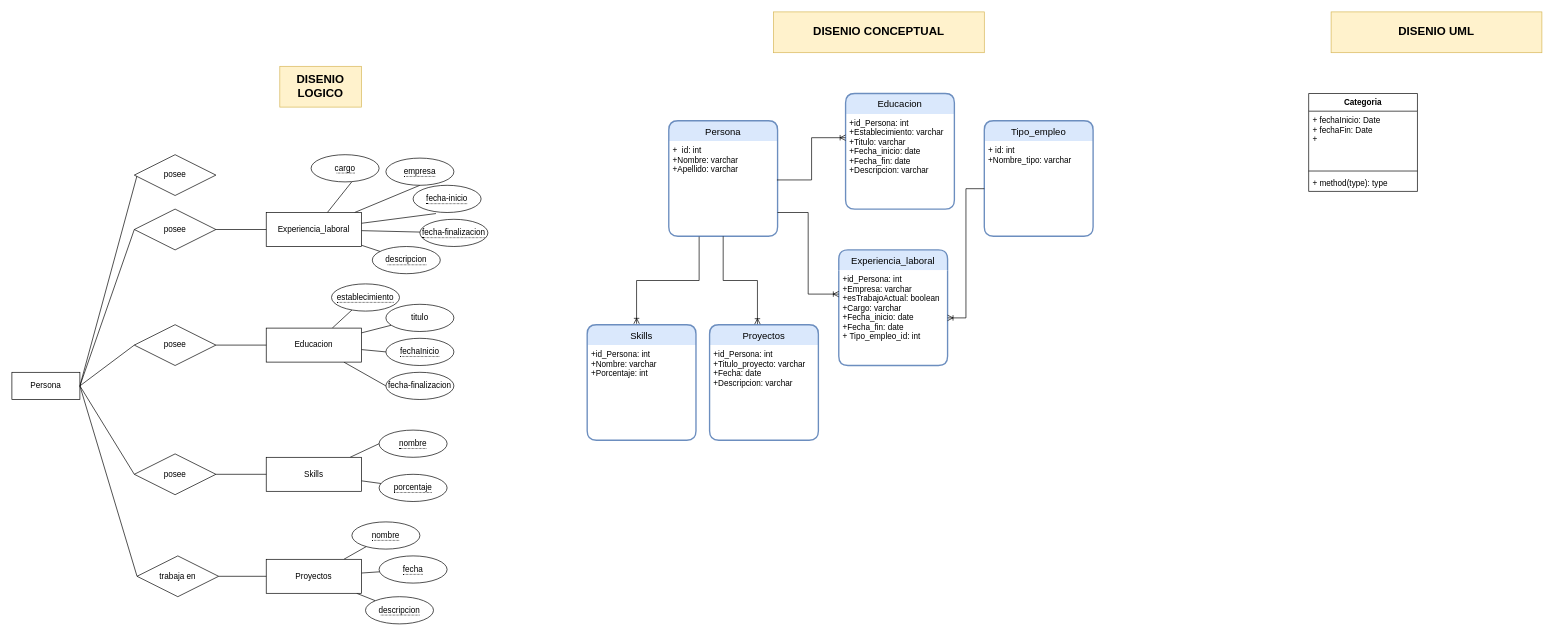
Earlier version of the draw.io diagram database/DERv2.drawio (pablovede/portfolioArgPrograma). Source tidied: cells renumbered, new cells numbered last; positions are measured from the earlier drawing's top-left corner, leaving out a move shared by most shapes. Both pictures are drawn from the tidied source at 68%, with x=0, y=0 at pixel (12, 12).
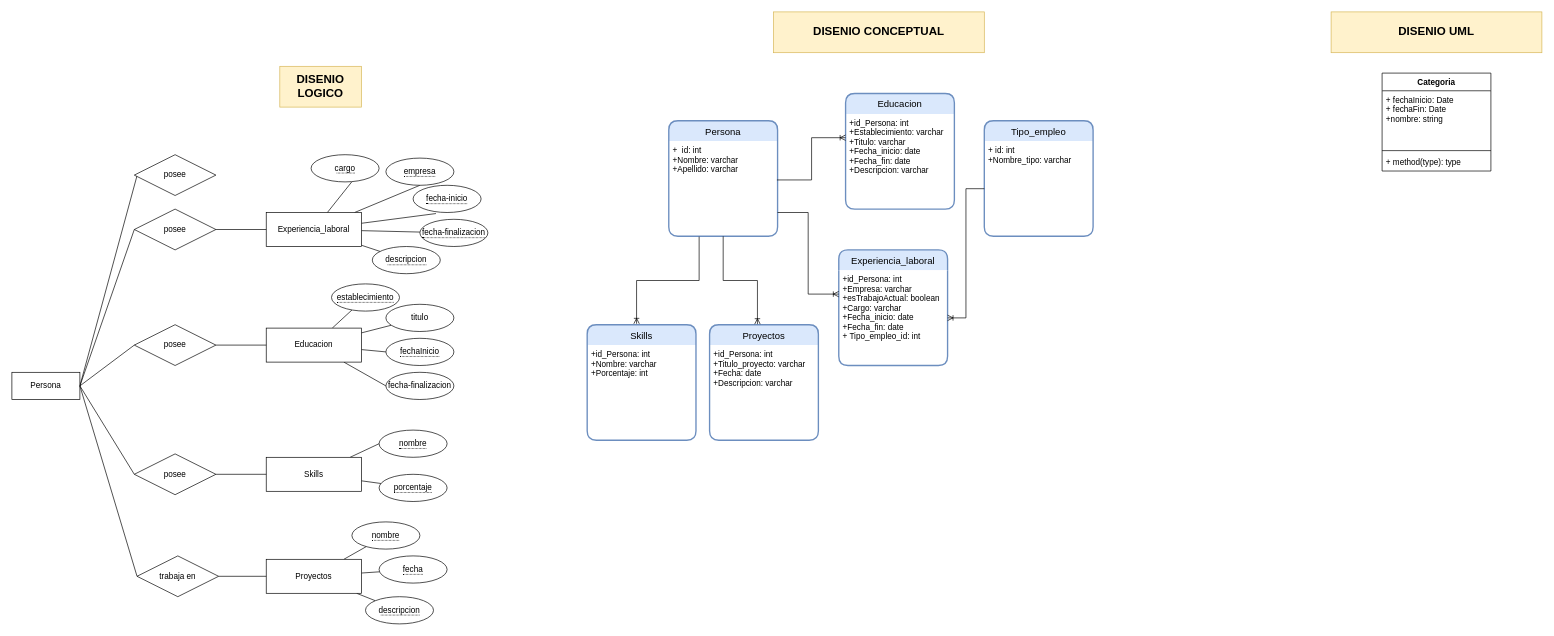
After the change.

Diff of the diagram source:
```diff
@@
     <mxCell id="69" value="Categoria" style="swimlane;fontStyle=1;align=center;verticalAlign=top;horizontal=1;startSize=26;swimlaneFillColor=default;" parent="1" vertex="1">
-      <mxGeometry x="1907" y="120" width="160" height="144" as="geometry" />
+      <mxGeometry x="2015" y="90" width="160" height="144" as="geometry" />
     </mxCell>
-    <mxCell id="70" value="+ fechaInicio: Date&#10;+ fechaFin: Date&#10;+" style="text;strokeColor=none;fillColor=none;align=left;verticalAlign=top;spacingLeft=4;spacingRight=4;overflow=hidden;" parent="69" vertex="1">
+    <mxCell id="70" value="+ fechaInicio: Date&#10;+ fechaFin: Date&#10;+nombre: string" style="text;strokeColor=none;fillColor=none;align=left;verticalAlign=top;spacingLeft=4;spacingRight=4;overflow=hidden;" parent="69" vertex="1">
       <mxGeometry y="26" width="160" height="84" as="geometry" />
     </mxCell>
```
